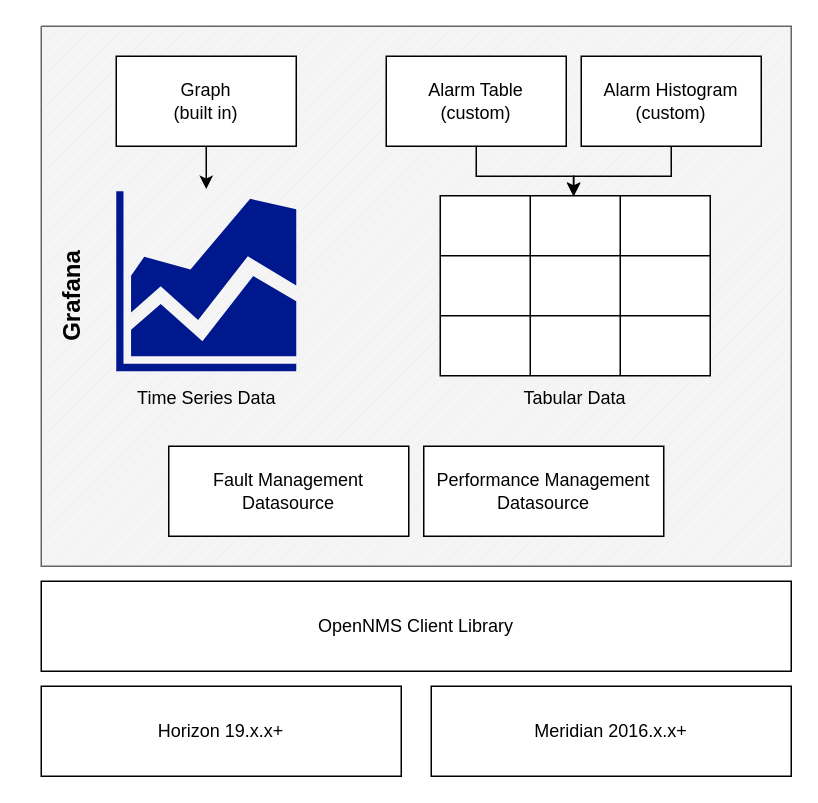
The draw.io diagram docs/modules/about/assets/images/data-architecture.drawio in OpenNMS/grafana-plugin, before the edit. Source tidied: cells renumbered, new cells numbered last; positions are measured from the earlier drawing's top-left corner, leaving out a move shared by most shapes. Both pictures are drawn from the tidied source at 150%, with x=0, y=0 at pixel (26, 26).
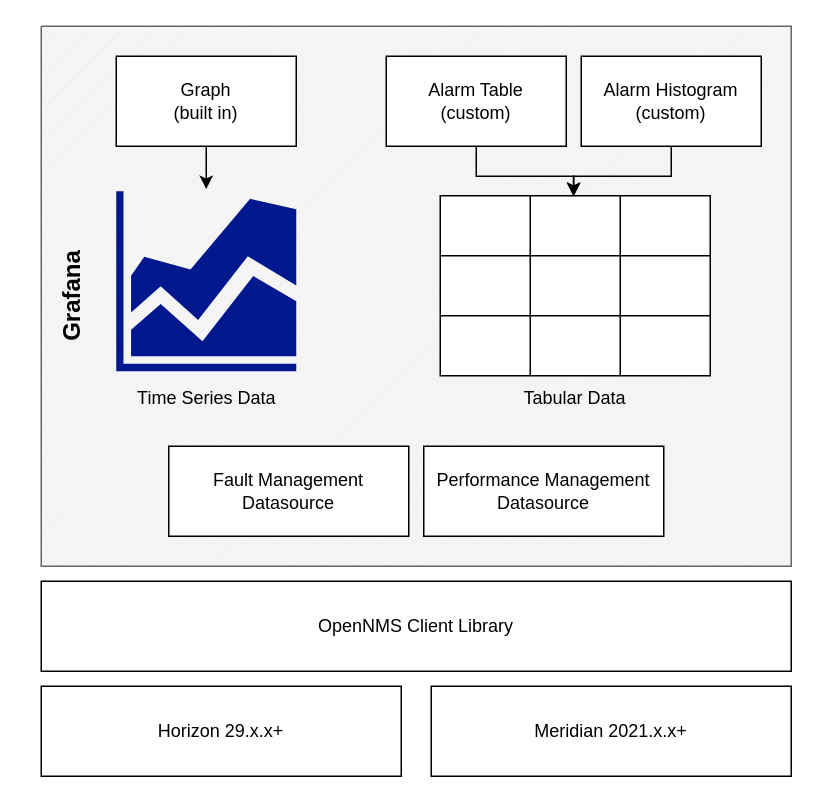
The same diagram, later.

Diff of the diagram source:
```diff
@@
-    <mxCell id="28" value="Horizon 19.x.x+" style="rounded=0;whiteSpace=wrap;html=1;fontSize=12;" parent="1" vertex="1">
+    <mxCell id="28" value="Horizon 29.x.x+" style="rounded=0;whiteSpace=wrap;html=1;fontSize=12;" parent="1" vertex="1">
       <mxGeometry x="10" y="440" width="240" height="60" as="geometry" />
     </mxCell>
-    <mxCell id="29" value="Meridian 2016.x.x+" style="rounded=0;whiteSpace=wrap;html=1;fontSize=12;" parent="1" vertex="1">
+    <mxCell id="29" value="Meridian 2021.x.x+" style="rounded=0;whiteSpace=wrap;html=1;fontSize=12;" parent="1" vertex="1">
       <mxGeometry x="270" y="440" width="240" height="60" as="geometry" />
     </mxCell>
```
